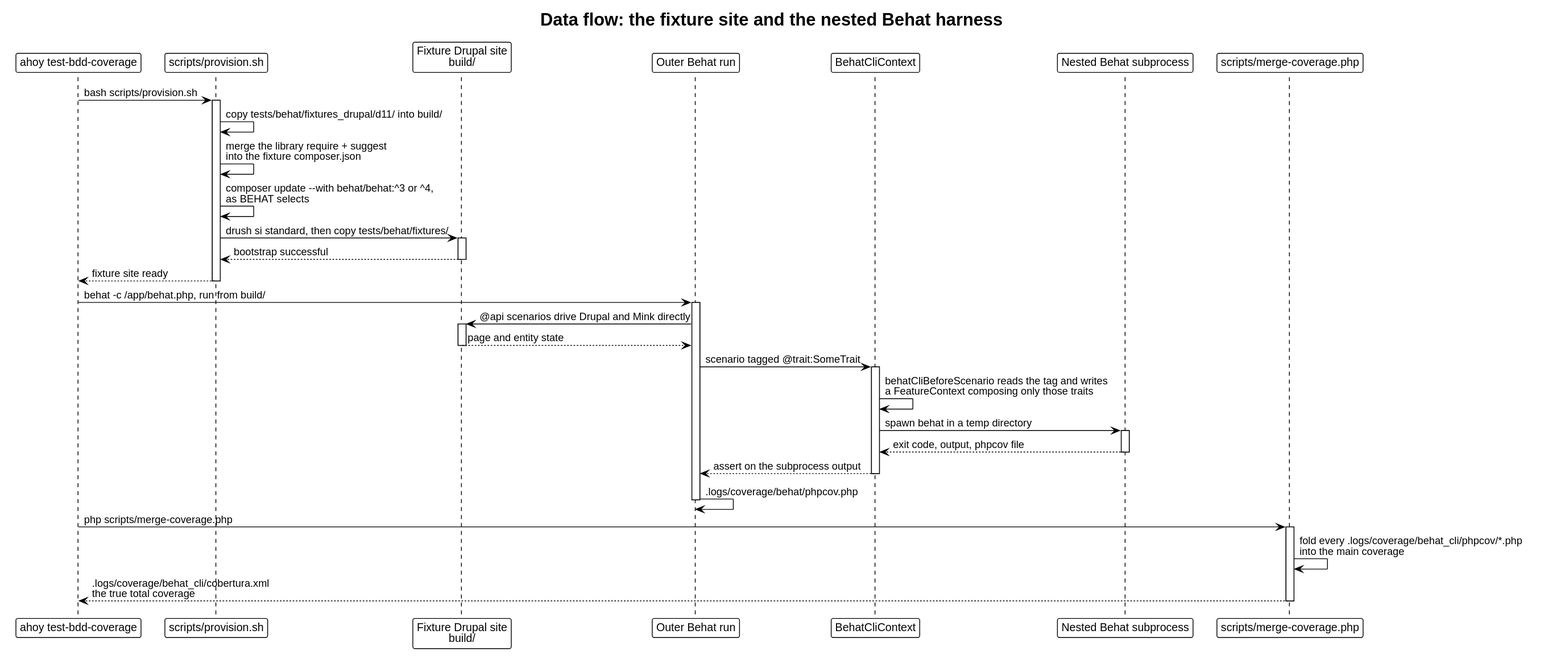
Earlier version of the PlantUML export docs/architecture/dataflow-tests.svg (drevops/behat-steps).
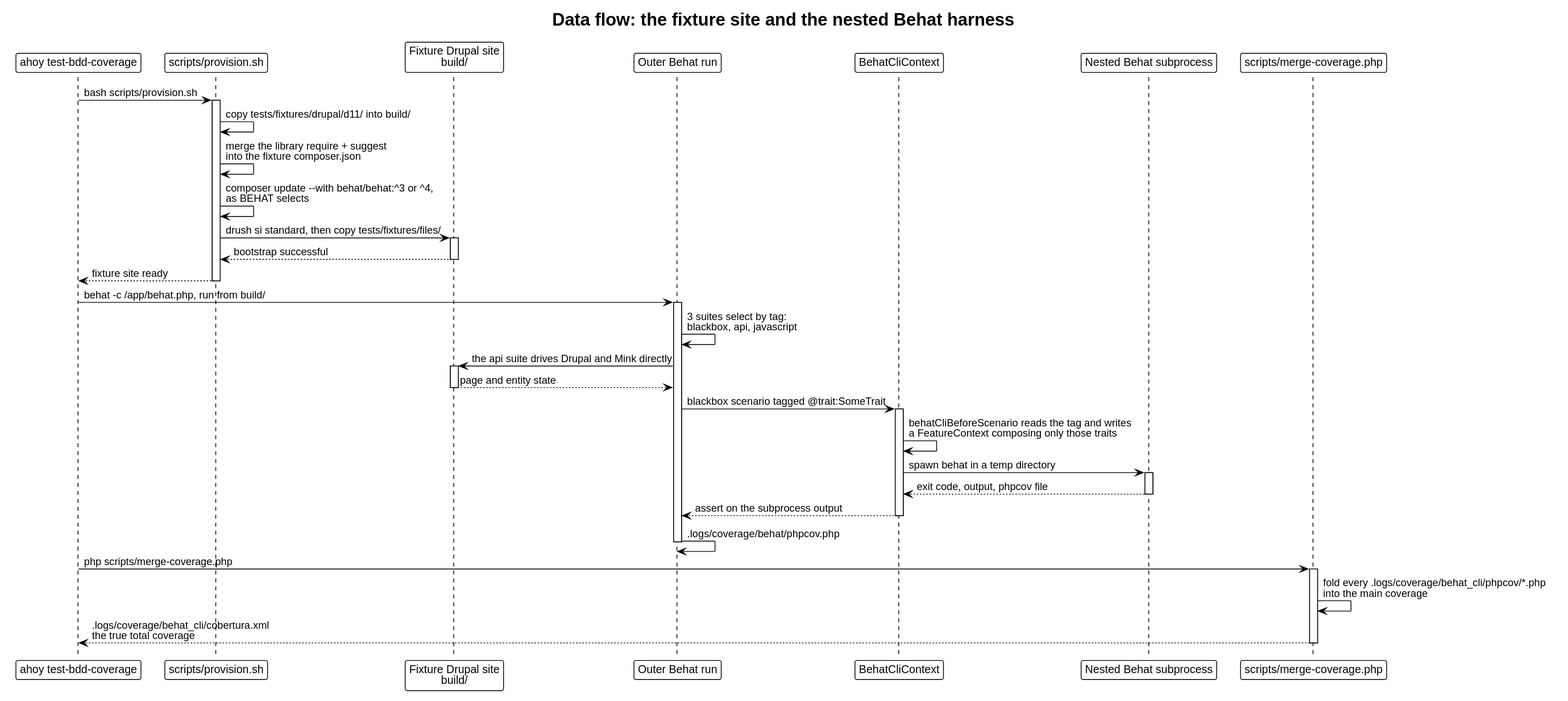
Above is the later version.

Commit message:
[#783] Documented the surface suites and the merged fixture layout.

Diff of the diagram source:
```diff
@@ -15,10 +15,10 @@
 
 Dev -> Prov: bash scripts/provision.sh
 activate Prov
-Prov -> Prov: copy tests/behat/fixtures_drupal/d11/ into build/
+Prov -> Prov: copy tests/fixtures/drupal/d11/ into build/
 Prov -> Prov: merge the library require + suggest\ninto the fixture composer.json
 Prov -> Prov: composer update ~--with behat/behat:^3 or ^4,\nas BEHAT selects
-Prov -> Site: drush si standard, then copy tests/behat/fixtures/
+Prov -> Site: drush si standard, then copy tests/fixtures/files/
 activate Site
 Site --> Prov: bootstrap successful
 deactivate Site
@@ -28,12 +28,14 @@
 Dev -> Behat: behat -c /app/behat.php, run from build/
 activate Behat
 
-Behat -> Site: @api scenarios drive Drupal and Mink directly
+Behat -> Behat: 3 suites select by tag:\nblackbox, api, javascript
+
+Behat -> Site: the api suite drives Drupal and Mink directly
 activate Site
 Site --> Behat: page and entity state
 deactivate Site
 
-Behat -> Cli: scenario tagged @trait:SomeTrait
+Behat -> Cli: blackbox scenario tagged @trait:SomeTrait
 activate Cli
 Cli -> Cli: behatCliBeforeScenario reads the tag and writes\na FeatureContext composing only those traits
 Cli -> Sub: spawn behat in a temp directory
```
